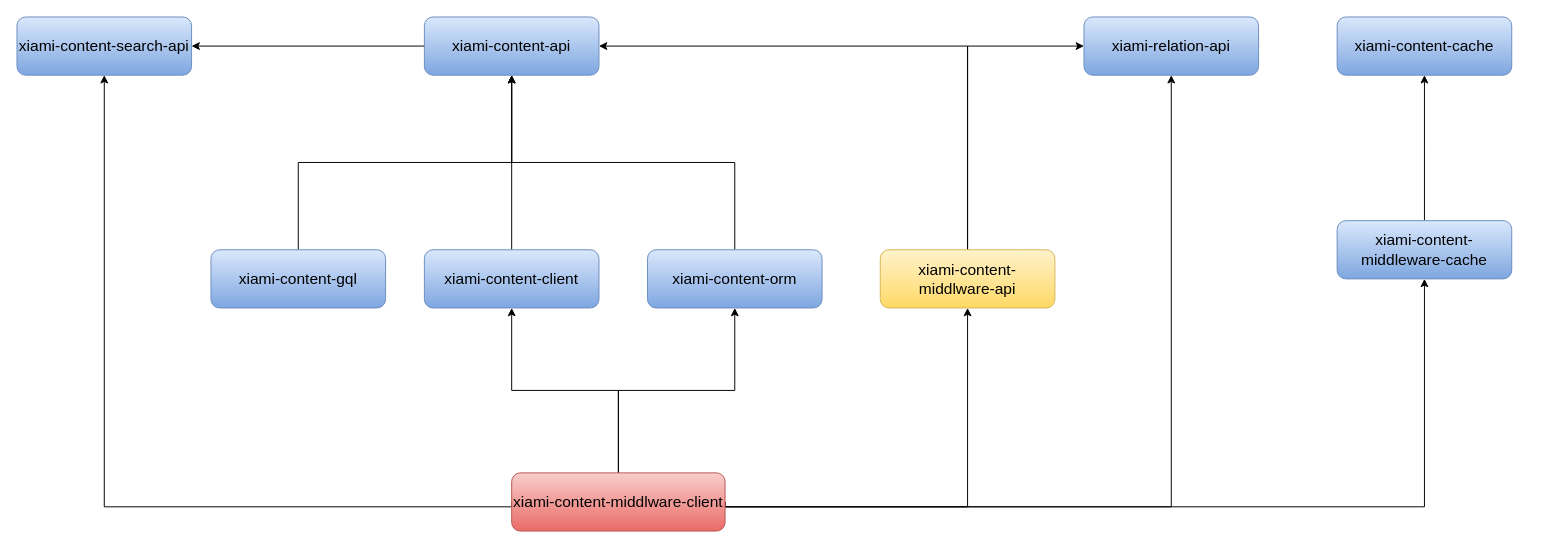
QuanCong/draw keeps this draw.io diagram as 内容平台.drawio. Above is the earlier version. Source tidied: cells renumbered, new cells numbered last; positions are measured from the earlier drawing's top-left corner, leaving out a move shared by most shapes. Both pictures are drawn from the tidied source at 97%, with x=0, y=0 at pixel (16, 16).
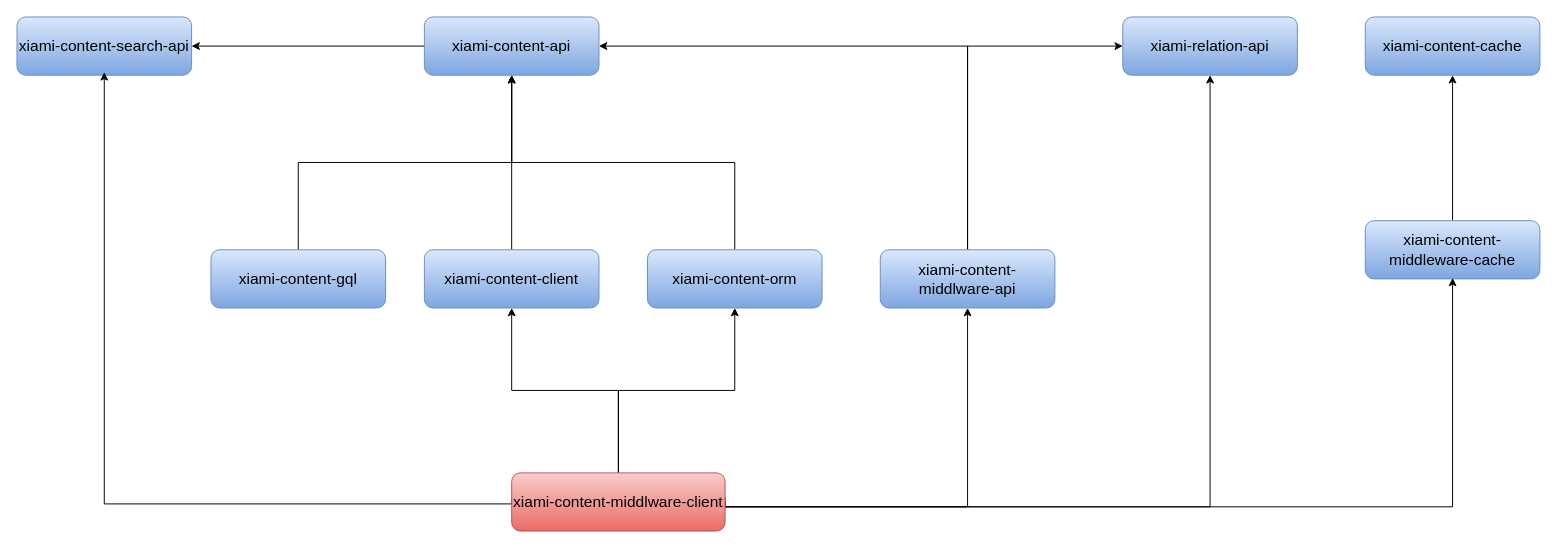
After the change.

Unchanged cells that the change refers to:
```xml
<mxCell id="2" value="xiami-content-search-api" style="rounded=1;whiteSpace=wrap;html=1;gradientColor=#7ea6e0;fillColor=#dae8fc;strokeColor=#6c8ebf;fontSize=16;" parent="1" vertex="1">
  <mxGeometry width="180" height="60" as="geometry" />
</mxCell>
<mxCell id="24" value="xiami-content-middlware-client" style="rounded=1;whiteSpace=wrap;html=1;gradientColor=#ea6b66;fillColor=#f8cecc;strokeColor=#b85450;fontSize=16;" parent="1" vertex="1">
  <mxGeometry x="510" y="470" width="220" height="60" as="geometry" />
</mxCell>
```

Change to the diagram source:
```diff
@@
     <mxCell id="5" value="xiami-content-cache" style="rounded=1;whiteSpace=wrap;html=1;gradientColor=#7ea6e0;fillColor=#dae8fc;strokeColor=#6c8ebf;fontSize=16;" parent="1" vertex="1">
-      <mxGeometry x="1361" width="180" height="60" as="geometry" />
+      <mxGeometry x="1390" width="180" height="60" as="geometry" />
     </mxCell>
@@
     <mxCell id="12" value="xiami-relation-api" style="rounded=1;whiteSpace=wrap;html=1;gradientColor=#7ea6e0;fillColor=#dae8fc;strokeColor=#6c8ebf;fontSize=16;" parent="1" vertex="1">
-      <mxGeometry x="1100" width="180" height="60" as="geometry" />
+      <mxGeometry x="1140" width="180" height="60" as="geometry" />
     </mxCell>
@@
-    <mxCell id="15" value="xiami-content-middlware-api" style="rounded=1;whiteSpace=wrap;html=1;gradientColor=#ffd966;fillColor=#fff2cc;strokeColor=#d6b656;fontSize=16;" parent="1" vertex="1">
+    <mxCell id="15" value="xiami-content-middlware-api" style="rounded=1;whiteSpace=wrap;html=1;gradientColor=#7ea6e0;fillColor=#dae8fc;strokeColor=#6c8ebf;fontSize=16;" parent="1" vertex="1">
       <mxGeometry x="890" y="240" width="180" height="60" as="geometry" />
     </mxCell>
@@
     <mxCell id="17" value="xiami-content-middleware-cache" style="rounded=1;whiteSpace=wrap;html=1;gradientColor=#7ea6e0;fillColor=#dae8fc;strokeColor=#6c8ebf;fontSize=16;" parent="1" vertex="1">
-      <mxGeometry x="1361" y="210" width="180" height="60" as="geometry" />
+      <mxGeometry x="1390" y="210" width="180" height="60" as="geometry" />
     </mxCell>
-    <mxCell id="18" style="edgeStyle=elbowEdgeStyle;rounded=0;jettySize=auto;elbow=vertical;html=1;exitX=1;exitY=0.5;exitDx=0;exitDy=0;fontSize=21;" parent="1" edge="1" source="24" target="12">
-      <mxGeometry relative="1" as="geometry">
-        <Array as="points">
-          <mxPoint x="1190" y="505" />
-          <mxPoint x="1190" y="370" />
-        </Array>
-      </mxGeometry>
-    </mxCell>
@@
-    <mxCell id="22" style="edgeStyle=elbowEdgeStyle;rounded=0;jettySize=auto;elbow=vertical;html=1;exitX=0;exitY=0.5;exitDx=0;exitDy=0;entryX=0.5;entryY=1;entryDx=0;entryDy=0;fontSize=21;" parent="1" edge="1" source="24" target="2">
+    <mxCell id="22" style="edgeStyle=elbowEdgeStyle;rounded=0;orthogonalLoop=1;jettySize=auto;elbow=vertical;html=1;exitX=0;exitY=0.5;exitDx=0;exitDy=0;entryX=0.5;entryY=1;entryDx=0;entryDy=0;fontSize=21;" parent="1" edge="1">
       <mxGeometry relative="1" as="geometry">
+        <mxPoint x="510" y="497" as="sourcePoint" />
+        <mxPoint x="90" y="57" as="targetPoint" />
         <Array as="points">
-          <mxPoint x="270" y="505" />
+          <mxPoint x="270" y="502" />
         </Array>
       </mxGeometry>
     </mxCell>
-    <mxCell id="23" style="edgeStyle=elbowEdgeStyle;rounded=0;jettySize=auto;elbow=vertical;html=1;exitX=1;exitY=0.5;exitDx=0;exitDy=0;fontSize=21;entryX=0.5;entryY=1;entryDx=0;entryDy=0;" parent="1" edge="1" source="24" target="17">
-      <mxGeometry relative="1" as="geometry">
-        <Array as="points">
-          <mxPoint x="1100" y="505" />
-        </Array>
-      </mxGeometry>
-    </mxCell>
+    <mxCell id="25" style="edgeStyle=elbowEdgeStyle;rounded=0;orthogonalLoop=1;jettySize=auto;elbow=vertical;html=1;exitX=1;exitY=0.5;exitDx=0;exitDy=0;entryX=0.5;entryY=1;entryDx=0;entryDy=0;fontSize=16;" parent="1" edge="1">
+      <mxGeometry relative="1" as="geometry">
+        <mxPoint x="730" y="495" as="sourcePoint" />
+        <mxPoint x="1480" y="269" as="targetPoint" />
+        <Array as="points">
+          <mxPoint x="1080" y="505" />
+        </Array>
+      </mxGeometry>
+    </mxCell>
+    <mxCell id="26" style="edgeStyle=elbowEdgeStyle;rounded=0;jettySize=auto;elbow=vertical;html=1;exitX=1;exitY=0.5;exitDx=0;exitDy=0;entryX=0.5;entryY=1;entryDx=0;entryDy=0;fontSize=16;" parent="1" edge="1" target="12">
+      <mxGeometry relative="1" as="geometry">
+        <mxPoint x="730" y="505" as="sourcePoint" />
+        <Array as="points">
+          <mxPoint x="1220" y="505" />
+        </Array>
+      </mxGeometry>
+    </mxCell>
```
